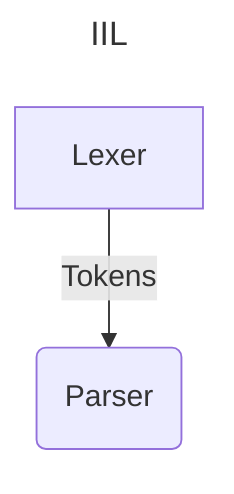
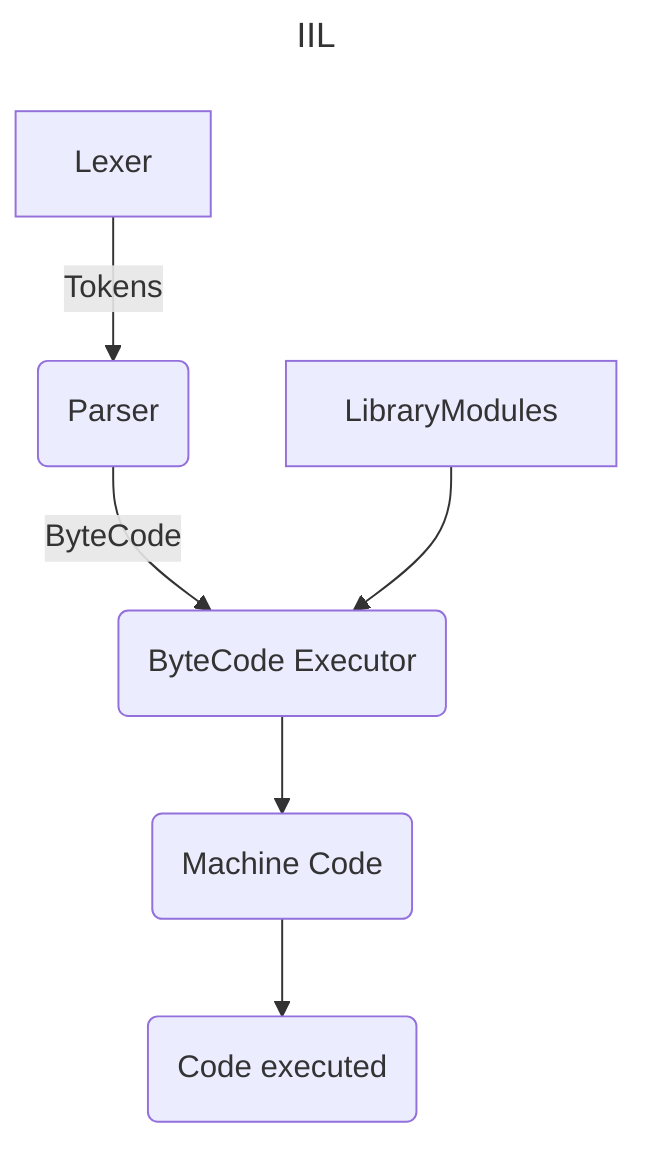
---
title: IIL
---
flowchart TD
-     A[Lexer] -->|Tokens| B(Parser)+     A[Lexer] -->|Tokens| B(Parser)
+     B -->|ByteCode| C(ByteCode Executor)
+     LibraryModules --> C
+     C --> D(Machine Code)
+     D --> E(Code executed)